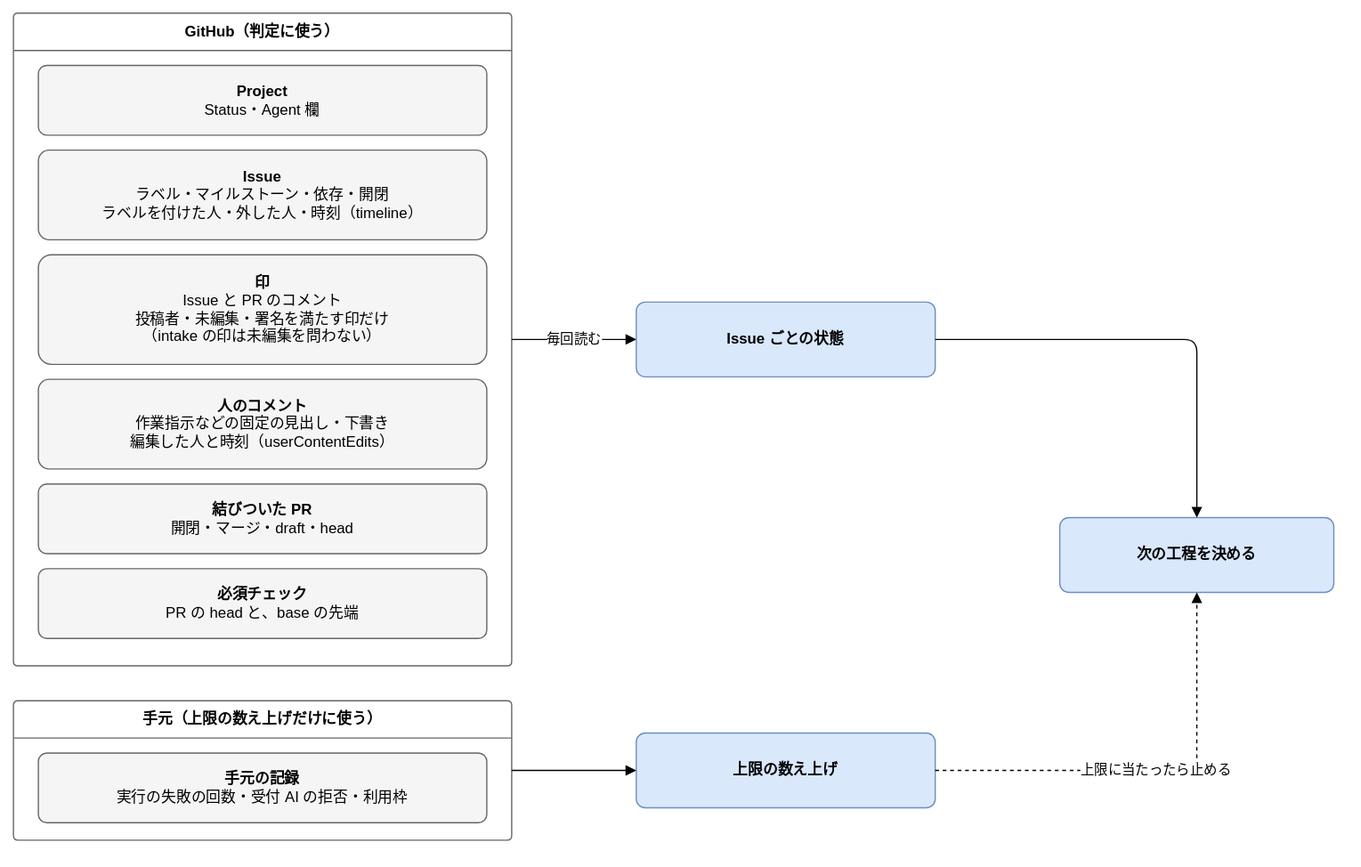
Before: docs/design/basic/diagrams/02-state-assembly.drawio.svg, a diagram exported from draw.io (Joymerrevent/dev-autopilot). Source tidied: cells renumbered, new cells last; positions are measured from the earlier drawing's top-left corner, leaving out a move shared by most shapes.
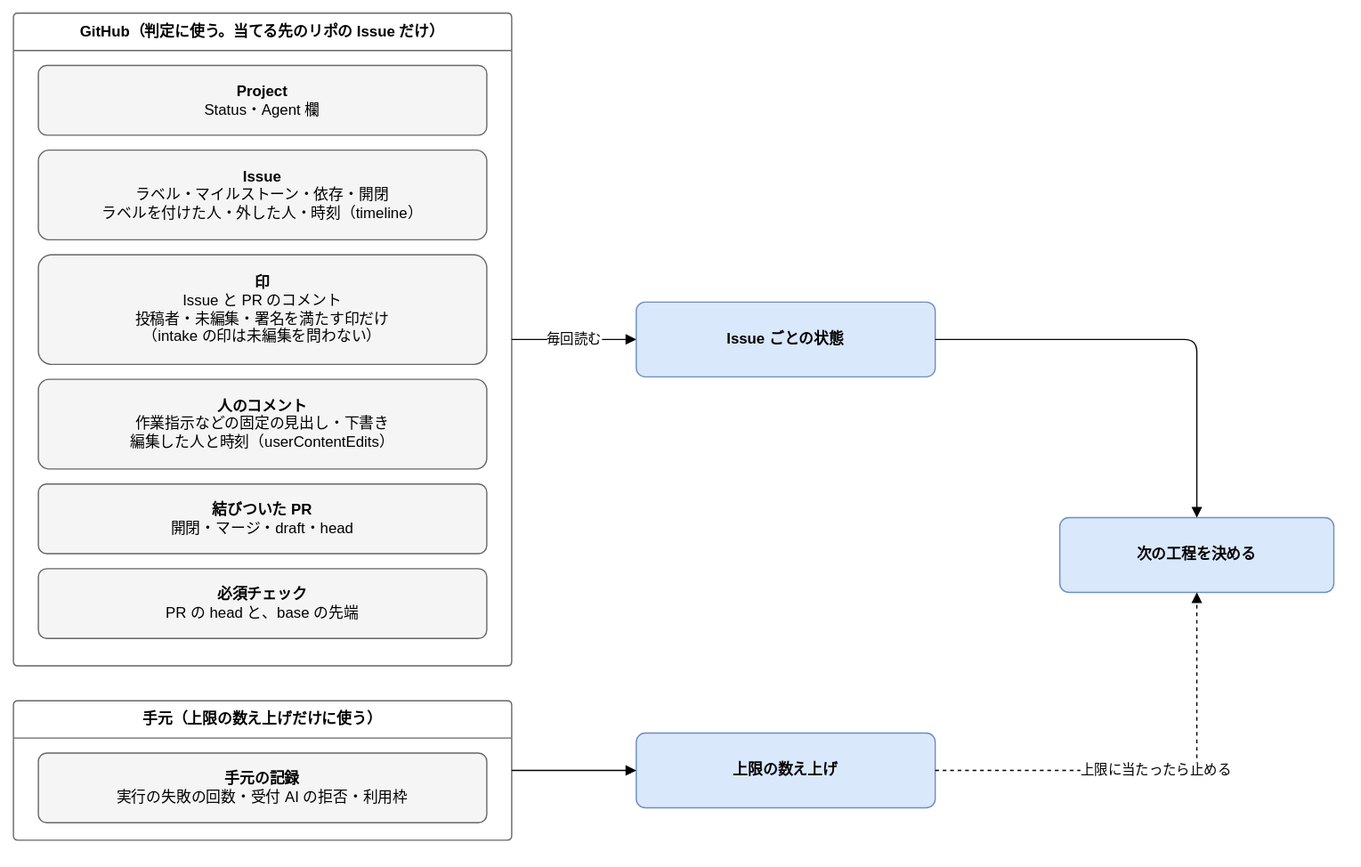
Above is the later version.

What changed in the source:
```diff
@@ -2,7 +2,7 @@
   <root>
     <mxCell id="0" />
     <mxCell id="1" parent="0" />
-    <mxCell id="2" value="GitHub（判定に使う）" style="swimlane;startSize=30;html=1;whiteSpace=wrap;rounded=1;arcSize=4;fontStyle=1;fontSize=12;strokeColor=#666666;fillColor=none;swimlaneFillColor=none;" parent="1" vertex="1">
+    <mxCell id="2" value="GitHub（判定に使う。当てる先のリポの Issue だけ）" style="swimlane;startSize=30;html=1;whiteSpace=wrap;rounded=1;arcSize=4;fontStyle=1;fontSize=12;strokeColor=#666666;fillColor=none;swimlaneFillColor=none;" parent="1" vertex="1">
       <mxGeometry width="400" height="524" as="geometry" />
     </mxCell>
     <mxCell id="3" value="&lt;b&gt;Project&lt;/b&gt;&lt;br&gt;Status・Agent 欄" style="rounded=1;whiteSpace=wrap;html=1;fontSize=12;arcSize=12;spacing=12;fillColor=#f5f5f5;strokeColor=#666666;" parent="2" vertex="1">
```
